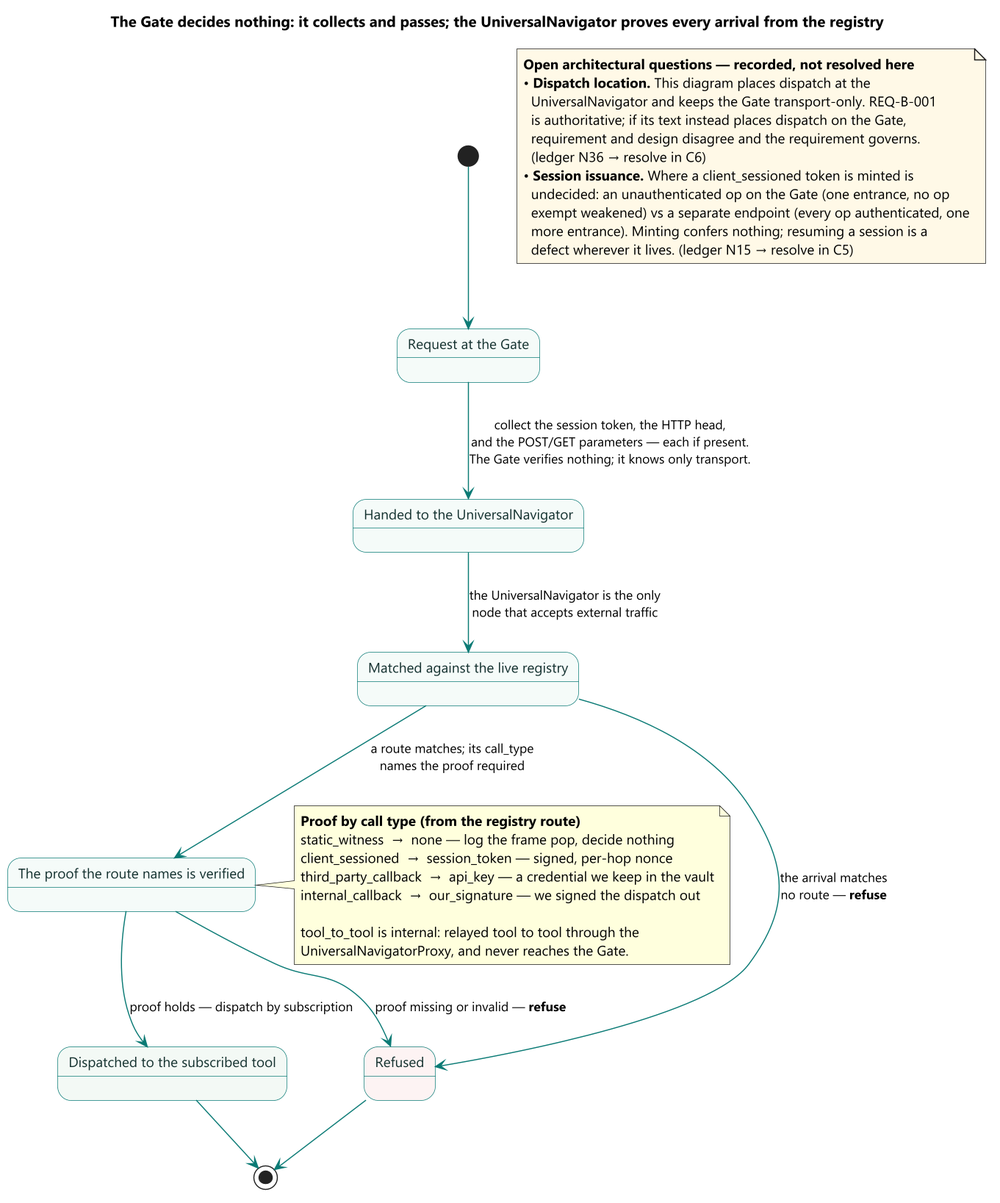
Above: brain/machine_artifacts/diagramsAndImages/rendered/sec_gate_enforcement.png in SkipSnow/ChatHealthyRepo (PlantUML), before the change.
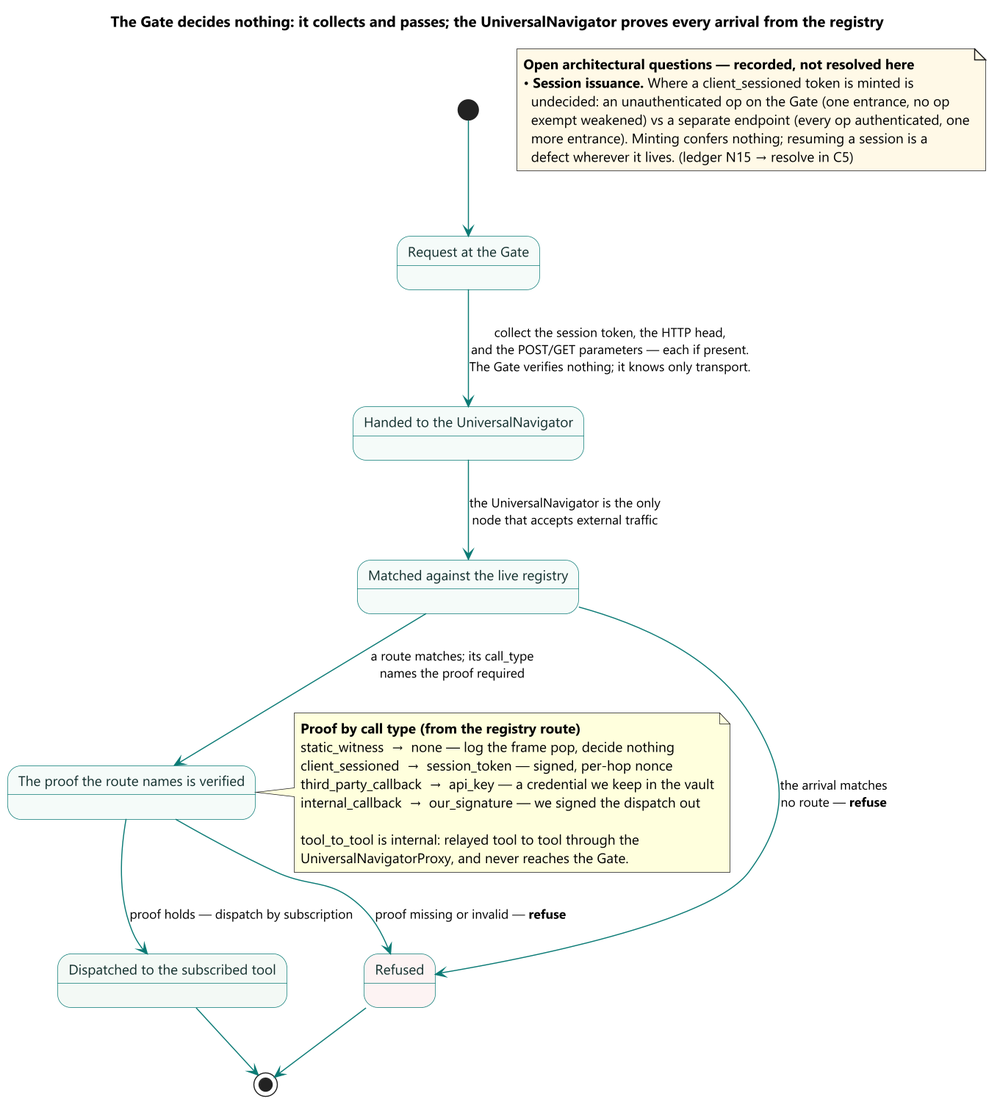
After the change.

The edit, as a diff of the source:
```diff
@@ -49,11 +49,6 @@
 
 note as OpenQs #FFF9E6
   <b>Open architectural questions — recorded, not resolved here</b>
-  • <b>Dispatch location.</b> This diagram places dispatch at the
-    UniversalNavigator and keeps the Gate transport-only. REQ-B-001
-    is authoritative; if its text instead places dispatch on the Gate,
-    requirement and design disagree and the requirement governs.
-    (ledger N36 → resolve in C6)
   • <b>Session issuance.</b> Where a client_sessioned token is minted is
     undecided: an unauthenticated op on the Gate (one entrance, no op
     exempt weakened) vs a separate endpoint (every op authenticated, one
```
